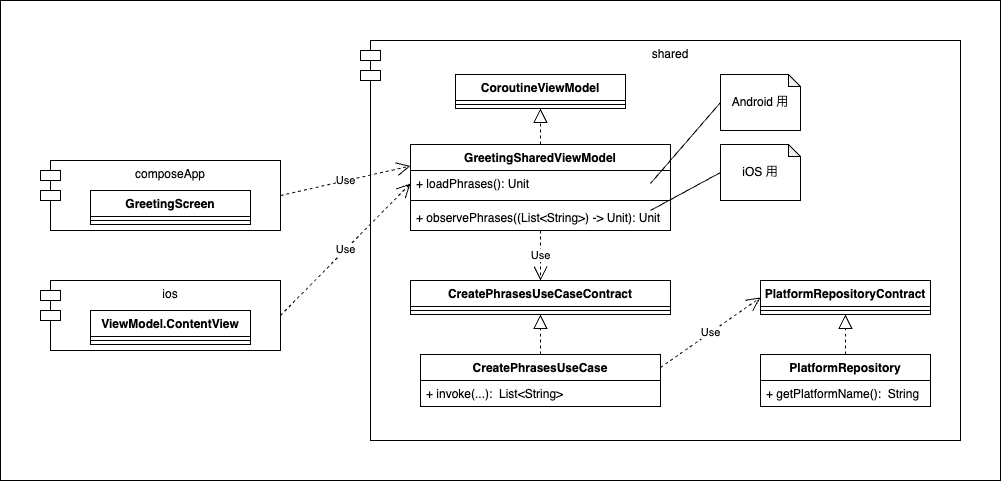
Above: KmpTutorial/docs/if_viewmodel.png in seabat/kmp-tutorial (draw.io), before the change. Source tidied: cells renumbered, new cells last; positions are measured from the earlier drawing's top-left corner, leaving out a move shared by most shapes.
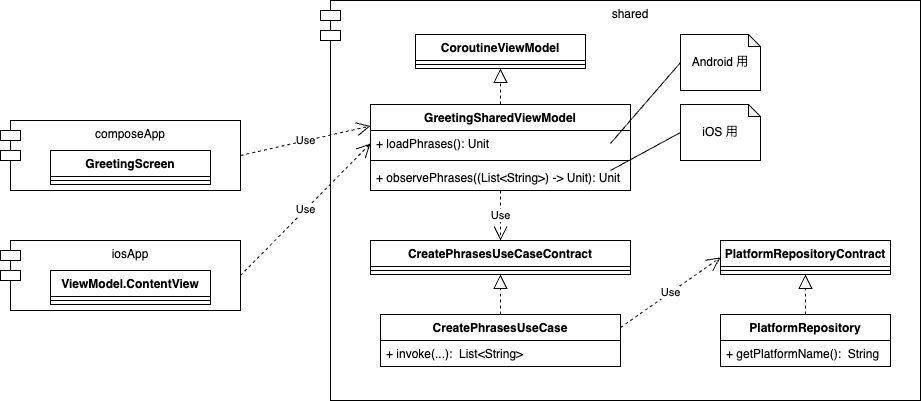
Later version of the same file.

Change to the diagram source:
```diff
@@ -2,16 +2,13 @@
   <root>
     <mxCell id="0" />
     <mxCell id="1" parent="0" />
-    <mxCell id="2" style="rounded=0;whiteSpace=wrap;html=1;" parent="1" vertex="1">
-      <mxGeometry width="1000" height="480" as="geometry" />
-    </mxCell>
     <mxCell id="3" value="composeApp" style="shape=module;align=left;spacingLeft=20;align=center;verticalAlign=top;whiteSpace=wrap;html=1;" parent="1" vertex="1">
       <mxGeometry x="40" y="160" width="240" height="70" as="geometry" />
     </mxCell>
     <mxCell id="4" value="shared" style="shape=module;align=left;spacingLeft=20;align=center;verticalAlign=top;whiteSpace=wrap;html=1;" parent="1" vertex="1">
       <mxGeometry x="360" y="40" width="600" height="400" as="geometry" />
     </mxCell>
-    <mxCell id="5" value="ios" style="shape=module;align=left;spacingLeft=20;align=center;verticalAlign=top;whiteSpace=wrap;html=1;" parent="1" vertex="1">
+    <mxCell id="5" value="iosApp" style="shape=module;align=left;spacingLeft=20;align=center;verticalAlign=top;whiteSpace=wrap;html=1;" parent="1" vertex="1">
       <mxGeometry x="40" y="280" width="240" height="70" as="geometry" />
     </mxCell>
     <mxCell id="6" value="Use" style="endArrow=open;endSize=12;dashed=1;html=1;rounded=0;exitX=1;exitY=0.5;exitDx=0;exitDy=0;entryX=0;entryY=0.25;entryDx=0;entryDy=0;" parent="1" edge="1" source="3" target="27">
```
